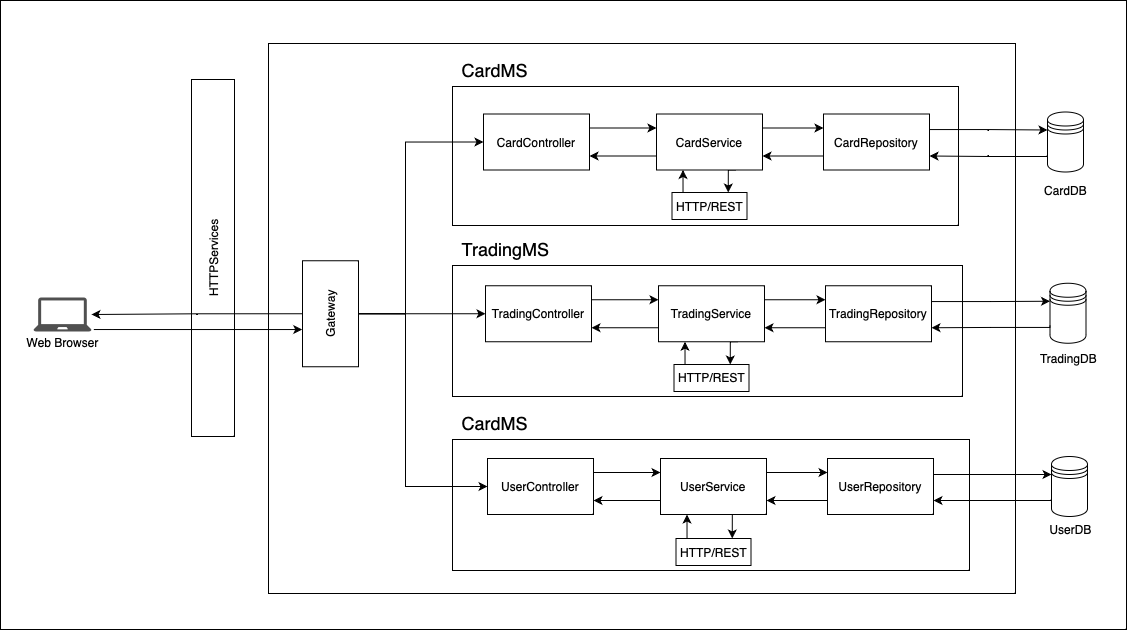
Above: Archi.drawio.png in MaaatGrv/asi3_gr6 (draw.io), before the change. Source tidied: cells renumbered, new cells last; positions are measured from the earlier drawing's top-left corner, leaving out a move shared by most shapes.
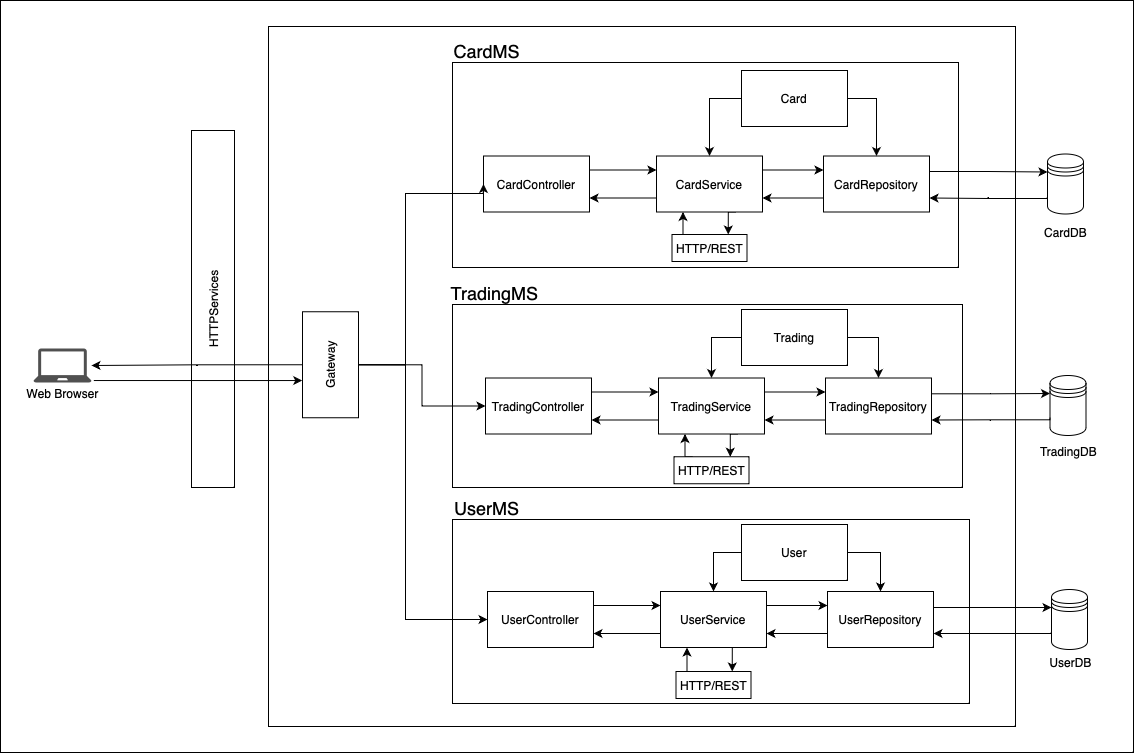
After the change.

Commit message:
Mettre à jour Archi.drawio.png

Diff of the diagram source:
```diff
@@ -3,13 +3,13 @@
     <mxCell id="0" />
     <mxCell id="1" parent="0" />
     <mxCell id="2" style="rounded=0;whiteSpace=wrap;html=1;" parent="1" vertex="1">
-      <mxGeometry width="1126" height="629" as="geometry" />
+      <mxGeometry y="-51" width="1133" height="752" as="geometry" />
     </mxCell>
     <mxCell id="3" style="rounded=0;whiteSpace=wrap;html=1;" parent="1" vertex="1">
-      <mxGeometry x="268" y="43" width="747" height="550" as="geometry" />
+      <mxGeometry x="268" y="-25" width="747" height="700" as="geometry" />
     </mxCell>
     <mxCell id="4" style="rounded=0;whiteSpace=wrap;html=1;" parent="1" vertex="1">
-      <mxGeometry x="452" y="86" width="506" height="139" as="geometry" />
+      <mxGeometry x="452" y="11" width="506" height="205" as="geometry" />
     </mxCell>
     <mxCell id="5" value="HTTPServices" style="rounded=0;whiteSpace=wrap;html=1;rotation=-90;" parent="1" vertex="1">
       <mxGeometry x="34" y="236" width="357" height="43" as="geometry" />
@@ -18,7 +18,7 @@
       <mxGeometry relative="1" as="geometry" />
     </mxCell>
     <mxCell id="7" value="CardController" style="rounded=0;whiteSpace=wrap;html=1;" parent="1" vertex="1">
-      <mxGeometry x="483" y="113.5" width="106" height="56" as="geometry" />
+      <mxGeometry x="483" y="104.5" width="106" height="56" as="geometry" />
     </mxCell>
     <mxCell id="8" style="edgeStyle=orthogonalEdgeStyle;rounded=0;jettySize=auto;html=1;exitX=1;exitY=0.25;exitDx=0;exitDy=0;entryX=0;entryY=0.25;entryDx=0;entryDy=0;" parent="1" edge="1" source="11" target="14">
       <mxGeometry relative="1" as="geometry" />
@@ -30,7 +30,7 @@
       <mxGeometry relative="1" as="geometry" />
     </mxCell>
     <mxCell id="11" value="CardService" style="rounded=0;whiteSpace=wrap;html=1;" parent="1" vertex="1">
-      <mxGeometry x="656" y="113.5" width="106" height="56" as="geometry" />
+      <mxGeometry x="656" y="104.5" width="106" height="56" as="geometry" />
     </mxCell>
     <mxCell id="12" style="edgeStyle=orthogonalEdgeStyle;rounded=0;jettySize=auto;html=1;exitX=0;exitY=0.75;exitDx=0;exitDy=0;entryX=1;entryY=0.75;entryDx=0;entryDy=0;" parent="1" edge="1" source="14" target="11">
       <mxGeometry relative="1" as="geometry" />
@@ -38,13 +38,13 @@
     <mxCell id="13" style="edgeStyle=orthogonalEdgeStyle;rounded=0;jettySize=auto;html=1;exitX=1;exitY=0.25;exitDx=0;exitDy=0;entryX=0;entryY=0.3;entryDx=0;entryDy=0;" parent="1" edge="1" source="14" target="22">
       <mxGeometry relative="1" as="geometry">
         <Array as="points">
-          <mxPoint x="929" y="129" />
-          <mxPoint x="988" y="129" />
+          <mxPoint x="929" y="120" />
+          <mxPoint x="988" y="120" />
         </Array>
       </mxGeometry>
     </mxCell>
     <mxCell id="14" value="CardRepository" style="rounded=0;whiteSpace=wrap;html=1;" parent="1" vertex="1">
-      <mxGeometry x="823" y="113.5" width="106" height="56" as="geometry" />
+      <mxGeometry x="823" y="104.5" width="106" height="56" as="geometry" />
     </mxCell>
     <mxCell id="15" style="edgeStyle=orthogonalEdgeStyle;rounded=0;jettySize=auto;html=1;exitX=0.5;exitY=0;exitDx=0;exitDy=0;" parent="1" edge="1" source="17" target="19">
       <mxGeometry relative="1" as="geometry" />
@@ -70,7 +70,7 @@
       <mxGeometry y="32" width="90" height="26" as="geometry" />
     </mxCell>
     <mxCell id="21" style="group;" parent="1" vertex="1">
-      <mxGeometry x="1034.5" y="111.5" width="61" height="91.5" as="geometry" />
+      <mxGeometry x="1034.5" y="102.5" width="61" height="91.5" as="geometry" />
     </mxCell>
     <mxCell id="22" style="shape=datastore;whiteSpace=wrap;html=1;" parent="21" vertex="1">
       <mxGeometry x="12.5" width="36" height="60" as="geometry" />
@@ -79,19 +79,19 @@
       <mxGeometry y="65.5" width="61" height="26" as="geometry" />
     </mxCell>
     <mxCell id="24" value="&lt;font style=&quot;font-size: 18px;&quot;&gt;CardMS&lt;/font&gt;" style="text;html=1;align=center;verticalAlign=middle;strokeColor=none;fillColor=none;" parent="1" vertex="1">
-      <mxGeometry x="452" y="53" width="84" height="33" as="geometry" />
+      <mxGeometry x="444" y="-17" width="84" height="33" as="geometry" />
     </mxCell>
     <mxCell id="25" style="rounded=0;whiteSpace=wrap;html=1;" parent="1" vertex="1">
-      <mxGeometry x="452" y="265" width="510" height="131" as="geometry" />
+      <mxGeometry x="452" y="253" width="510" height="183" as="geometry" />
     </mxCell>
     <mxCell id="26" value="&lt;font style=&quot;font-size: 18px;&quot;&gt;TradingMS&lt;/font&gt;" style="text;html=1;align=center;verticalAlign=middle;strokeColor=none;fillColor=none;" parent="1" vertex="1">
-      <mxGeometry x="452" y="232" width="105" height="33" as="geometry" />
+      <mxGeometry x="441.5" y="225" width="105" height="33" as="geometry" />
     </mxCell>
     <mxCell id="27" style="edgeStyle=orthogonalEdgeStyle;rounded=0;jettySize=auto;html=1;exitX=1;exitY=0.25;exitDx=0;exitDy=0;entryX=0;entryY=0.25;entryDx=0;entryDy=0;" parent="1" edge="1" source="28" target="32">
       <mxGeometry relative="1" as="geometry" />
     </mxCell>
     <mxCell id="28" value="TradingController" style="rounded=0;whiteSpace=wrap;html=1;" parent="1" vertex="1">
-      <mxGeometry x="485" y="285.2" width="106" height="56" as="geometry" />
+      <mxGeometry x="485" y="326.5" width="106" height="56" as="geometry" />
     </mxCell>
     <mxCell id="29" style="edgeStyle=orthogonalEdgeStyle;rounded=0;jettySize=auto;html=1;exitX=0;exitY=0.75;exitDx=0;exitDy=0;entryX=1;entryY=0.75;entryDx=0;entryDy=0;" parent="1" edge="1" source="32" target="28">
       <mxGeometry relative="1" as="geometry" />
@@ -103,7 +103,7 @@
       <mxGeometry relative="1" as="geometry" />
     </mxCell>
     <mxCell id="32" value="TradingService" style="rounded=0;whiteSpace=wrap;html=1;" parent="1" vertex="1">
-      <mxGeometry x="658" y="285.2" width="106" height="56" as="geometry" />
+      <mxGeometry x="658" y="326.5" width="106" height="56" as="geometry" />
     </mxCell>
     <mxCell id="33" style="edgeStyle=orthogonalEdgeStyle;rounded=0;jettySize=auto;html=1;exitX=0;exitY=0.75;exitDx=0;exitDy=0;entryX=1;entryY=0.75;entryDx=0;entryDy=0;" parent="1" edge="1" source="35" target="32">
       <mxGeometry relative="1" as="geometry" />
@@ -111,16 +111,16 @@
     <mxCell id="34" style="edgeStyle=orthogonalEdgeStyle;rounded=0;jettySize=auto;html=1;exitX=1;exitY=0.25;exitDx=0;exitDy=0;entryX=0;entryY=0.3;entryDx=0;entryDy=0;" parent="1" edge="1" source="35" target="37">
       <mxGeometry relative="1" as="geometry">
         <Array as="points">
-          <mxPoint x="931" y="301" />
-          <mxPoint x="990" y="301" />
+          <mxPoint x="931" y="342.2" />
+          <mxPoint x="990" y="342.2" />
         </Array>
       </mxGeometry>
     </mxCell>
     <mxCell id="35" value="TradingRepository" style="rounded=0;whiteSpace=wrap;html=1;" parent="1" vertex="1">
-      <mxGeometry x="825" y="285.2" width="106" height="56" as="geometry" />
+      <mxGeometry x="825" y="326.5" width="106" height="56" as="geometry" />
     </mxCell>
     <mxCell id="36" style="group;" parent="1" vertex="1">
-      <mxGeometry x="1030" y="282.8" width="75" height="88.5" as="geometry" />
+      <mxGeometry x="1030" y="324" width="75" height="88.5" as="geometry" />
     </mxCell>
     <mxCell id="37" style="shape=datastore;whiteSpace=wrap;html=1;" parent="36" vertex="1">
       <mxGeometry x="19.5" width="36" height="60" as="geometry" />
@@ -129,16 +129,16 @@
       <mxGeometry y="62.5" width="75" height="26" as="geometry" />
     </mxCell>
     <mxCell id="39" style="rounded=0;whiteSpace=wrap;html=1;" parent="1" vertex="1">
-      <mxGeometry x="452" y="439" width="517" height="131" as="geometry" />
+      <mxGeometry x="452" y="468" width="517" height="184" as="geometry" />
     </mxCell>
-    <mxCell id="40" value="&lt;font style=&quot;font-size: 18px;&quot;&gt;CardMS&lt;/font&gt;" style="text;html=1;align=center;verticalAlign=middle;strokeColor=none;fillColor=none;" parent="1" vertex="1">
-      <mxGeometry x="452" y="406" width="84" height="33" as="geometry" />
+    <mxCell id="40" value="&lt;font style=&quot;font-size: 18px;&quot;&gt;UserMS&lt;/font&gt;" style="text;html=1;align=center;verticalAlign=middle;strokeColor=none;fillColor=none;" parent="1" vertex="1">
+      <mxGeometry x="444" y="440" width="83" height="33" as="geometry" />
     </mxCell>
     <mxCell id="41" style="edgeStyle=orthogonalEdgeStyle;rounded=0;jettySize=auto;html=1;exitX=1;exitY=0.25;exitDx=0;exitDy=0;entryX=0;entryY=0.25;entryDx=0;entryDy=0;" parent="1" edge="1" source="42" target="46">
       <mxGeometry relative="1" as="geometry" />
     </mxCell>
     <mxCell id="42" value="UserController" style="rounded=0;whiteSpace=wrap;html=1;" parent="1" vertex="1">
-      <mxGeometry x="487" y="458" width="106" height="56" as="geometry" />
+      <mxGeometry x="487" y="540" width="106" height="56" as="geometry" />
     </mxCell>
     <mxCell id="43" style="edgeStyle=orthogonalEdgeStyle;rounded=0;jettySize=auto;html=1;exitX=0;exitY=0.75;exitDx=0;exitDy=0;entryX=1;entryY=0.75;entryDx=0;entryDy=0;" parent="1" edge="1" source="46" target="42">
       <mxGeometry relative="1" as="geometry" />
@@ -150,7 +150,7 @@
       <mxGeometry relative="1" as="geometry" />
     </mxCell>
     <mxCell id="46" value="UserService" style="rounded=0;whiteSpace=wrap;html=1;" parent="1" vertex="1">
-      <mxGeometry x="660" y="458" width="106" height="56" as="geometry" />
+      <mxGeometry x="660" y="540" width="106" height="56" as="geometry" />
     </mxCell>
     <mxCell id="47" style="edgeStyle=orthogonalEdgeStyle;rounded=0;jettySize=auto;html=1;exitX=0;exitY=0.75;exitDx=0;exitDy=0;entryX=1;entryY=0.75;entryDx=0;entryDy=0;" parent="1" edge="1" source="49" target="46">
       <mxGeometry relative="1" as="geometry" />
@@ -158,15 +158,15 @@
     <mxCell id="48" style="edgeStyle=orthogonalEdgeStyle;rounded=0;jettySize=auto;html=1;exitX=1;exitY=0.25;exitDx=0;exitDy=0;entryX=0;entryY=0.3;entryDx=0;entryDy=0;" parent="1" edge="1" source="49" target="51">
       <mxGeometry relative="1" as="geometry">
         <Array as="points">
-          <mxPoint x="933" y="474" />
+          <mxPoint x="933" y="556" />
         </Array>
       </mxGeometry>
     </mxCell>
     <mxCell id="49" value="UserRepository" style="rounded=0;whiteSpace=wrap;html=1;" parent="1" vertex="1">
-      <mxGeometry x="827" y="458" width="106" height="56" as="geometry" />
+      <mxGeometry x="827" y="540" width="106" height="56" as="geometry" />
     </mxCell>
     <mxCell id="50" style="group;" parent="1" vertex="1">
-      <mxGeometry x="1039.5" y="456" width="60" height="86" as="geometry" />
+      <mxGeometry x="1039.5" y="538" width="60" height="86" as="geometry" />
     </mxCell>
     <mxCell id="51" style="shape=datastore;whiteSpace=wrap;html=1;" parent="50" vertex="1">
       <mxGeometry x="11.5" width="36" height="60" as="geometry" />
@@ -177,23 +177,23 @@
     <mxCell id="53" style="edgeStyle=orthogonalEdgeStyle;rounded=0;jettySize=auto;html=1;exitX=0;exitY=0.7;exitDx=0;exitDy=0;entryX=1;entryY=0.75;entryDx=0;entryDy=0;" parent="1" edge="1" source="22" target="14">
       <mxGeometry relative="1" as="geometry">
         <Array as="points">
-          <mxPoint x="1047" y="156" />
-          <mxPoint x="988" y="156" />
+          <mxPoint x="1047" y="147" />
+          <mxPoint x="988" y="147" />
         </Array>
       </mxGeometry>
     </mxCell>
     <mxCell id="54" style="edgeStyle=orthogonalEdgeStyle;rounded=0;jettySize=auto;html=1;exitX=0;exitY=0.7;exitDx=0;exitDy=0;entryX=1;entryY=0.75;entryDx=0;entryDy=0;" parent="1" edge="1" source="37" target="35">
       <mxGeometry relative="1" as="geometry">
         <Array as="points">
-          <mxPoint x="1050" y="327" />
-          <mxPoint x="990" y="327" />
+          <mxPoint x="1050" y="368.2" />
+          <mxPoint x="990" y="368.2" />
         </Array>
       </mxGeometry>
     </mxCell>
     <mxCell id="55" style="edgeStyle=orthogonalEdgeStyle;rounded=0;jettySize=auto;html=1;exitX=0;exitY=0.7;exitDx=0;exitDy=0;entryX=1;entryY=0.75;entryDx=0;entryDy=0;" parent="1" edge="1" source="51" target="49">
       <mxGeometry relative="1" as="geometry">
         <Array as="points">
-          <mxPoint x="1051" y="500" />
+          <mxPoint x="1051" y="582" />
         </Array>
       </mxGeometry>
     </mxCell>
@@ -204,19 +204,19 @@
       <mxGeometry relative="1" as="geometry" />
     </mxCell>
     <mxCell id="58" value="HTTP/REST" style="rounded=0;whiteSpace=wrap;html=1;" parent="1" vertex="1">
-      <mxGeometry x="671.5" y="192" width="75" height="27" as="geometry" />
+      <mxGeometry x="671.5" y="183" width="75" height="27" as="geometry" />
     </mxCell>
     <mxCell id="59" style="edgeStyle=orthogonalEdgeStyle;rounded=0;jettySize=auto;html=1;exitX=0.25;exitY=0;exitDx=0;exitDy=0;entryX=0.25;entryY=1;entryDx=0;entryDy=0;" parent="1" edge="1" source="60" target="32">
       <mxGeometry relative="1" as="geometry" />
     </mxCell>
     <mxCell id="60" value="HTTP/REST" style="rounded=0;whiteSpace=wrap;html=1;" parent="1" vertex="1">
-      <mxGeometry x="673.5" y="364" width="75" height="27" as="geometry" />
+      <mxGeometry x="673.5" y="405.2" width="75" height="27" as="geometry" />
     </mxCell>
     <mxCell id="61" style="edgeStyle=orthogonalEdgeStyle;rounded=0;jettySize=auto;html=1;exitX=0.25;exitY=0;exitDx=0;exitDy=0;entryX=0.25;entryY=1;entryDx=0;entryDy=0;" parent="1" edge="1" source="62" target="46">
       <mxGeometry relative="1" as="geometry" />
     </mxCell>
     <mxCell id="62" value="HTTP/REST" style="rounded=0;whiteSpace=wrap;html=1;" parent="1" vertex="1">
-      <mxGeometry x="675.5" y="538" width="75" height="27" as="geometry" />
+      <mxGeometry x="675.5" y="620" width="75" height="27" as="geometry" />
     </mxCell>
     <mxCell id="63" style="edgeStyle=orthogonalEdgeStyle;rounded=0;jettySize=auto;html=1;exitX=0.5;exitY=1;exitDx=0;exitDy=0;" parent="1" edge="1" source="17" target="28">
       <mxGeometry relative="1" as="geometry" />
@@ -225,9 +225,36 @@
       <mxGeometry relative="1" as="geometry">
         <Array as="points">
           <mxPoint x="405" y="313" />
-          <mxPoint x="405" y="486" />
+          <mxPoint x="405" y="568" />
         </Array>
       </mxGeometry>
     </mxCell>
+    <mxCell id="65" style="edgeStyle=orthogonalEdgeStyle;rounded=0;jettySize=auto;html=1;exitX=0;exitY=0.5;exitDx=0;exitDy=0;" parent="1" edge="1" source="67" target="11">
+      <mxGeometry relative="1" as="geometry" />
+    </mxCell>
+    <mxCell id="66" style="edgeStyle=orthogonalEdgeStyle;rounded=0;jettySize=auto;html=1;exitX=1;exitY=0.5;exitDx=0;exitDy=0;" parent="1" edge="1" source="67" target="14">
+      <mxGeometry relative="1" as="geometry" />
+    </mxCell>
+    <mxCell id="67" value="Card" style="rounded=0;whiteSpace=wrap;html=1;" parent="1" vertex="1">
+      <mxGeometry x="741" y="19" width="106" height="56" as="geometry" />
+    </mxCell>
+    <mxCell id="68" style="edgeStyle=orthogonalEdgeStyle;rounded=0;jettySize=auto;html=1;exitX=1;exitY=0.5;exitDx=0;exitDy=0;entryX=0.5;entryY=0;entryDx=0;entryDy=0;" parent="1" edge="1" source="70" target="35">
+      <mxGeometry relative="1" as="geometry" />
+    </mxCell>
+    <mxCell id="69" style="edgeStyle=orthogonalEdgeStyle;rounded=0;jettySize=auto;html=1;exitX=0;exitY=0.5;exitDx=0;exitDy=0;" parent="1" edge="1" source="70" target="32">
+      <mxGeometry relative="1" as="geometry" />
+    </mxCell>
+    <mxCell id="70" value="Trading" style="rounded=0;whiteSpace=wrap;html=1;" parent="1" vertex="1">
+      <mxGeometry x="741" y="258" width="106" height="56" as="geometry" />
+    </mxCell>
+    <mxCell id="71" style="edgeStyle=orthogonalEdgeStyle;rounded=0;jettySize=auto;html=1;exitX=0;exitY=0.5;exitDx=0;exitDy=0;" parent="1" edge="1" source="73" target="46">
+      <mxGeometry relative="1" as="geometry" />
+    </mxCell>
+    <mxCell id="72" style="edgeStyle=orthogonalEdgeStyle;rounded=0;jettySize=auto;html=1;exitX=1;exitY=0.5;exitDx=0;exitDy=0;entryX=0.5;entryY=0;entryDx=0;entryDy=0;" parent="1" edge="1" source="73" target="49">
+      <mxGeometry relative="1" as="geometry" />
+    </mxCell>
+    <mxCell id="73" value="User" style="rounded=0;whiteSpace=wrap;html=1;" parent="1" vertex="1">
+      <mxGeometry x="741" y="473" width="106" height="56" as="geometry" />
+    </mxCell>
   </root>
 </mxGraphModel>
```
